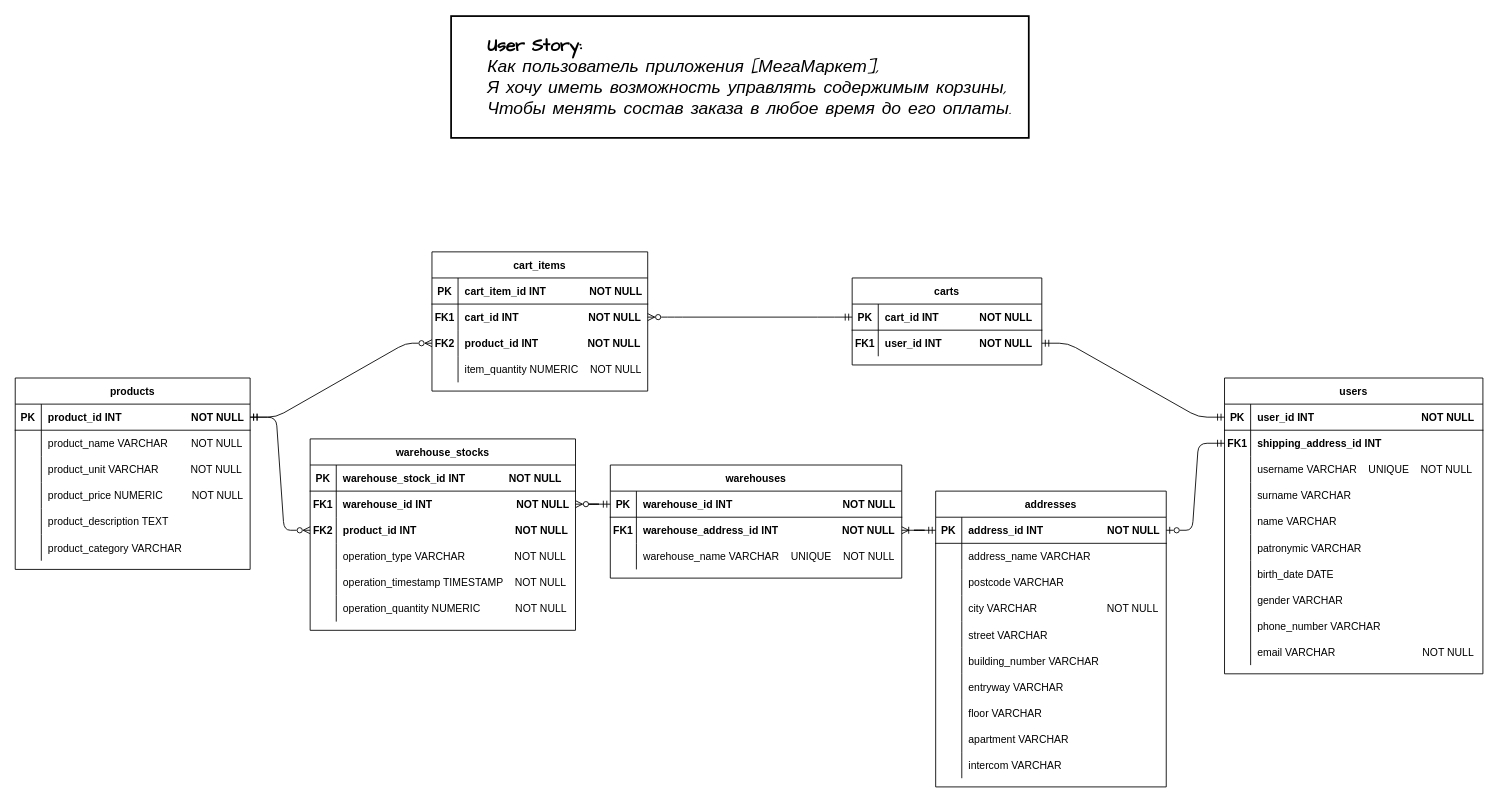
Before: Ryabtsev_Alexander/Source/T07_ERD.drawio in abdullahproff/BSA21_1, a draw.io diagram. Source tidied: cells renumbered, new cells numbered last; positions are measured from the earlier drawing's top-left corner, leaving out a move shared by most shapes. Both pictures are drawn from the tidied source at 87%, with x=0, y=0 at pixel (15, 16).
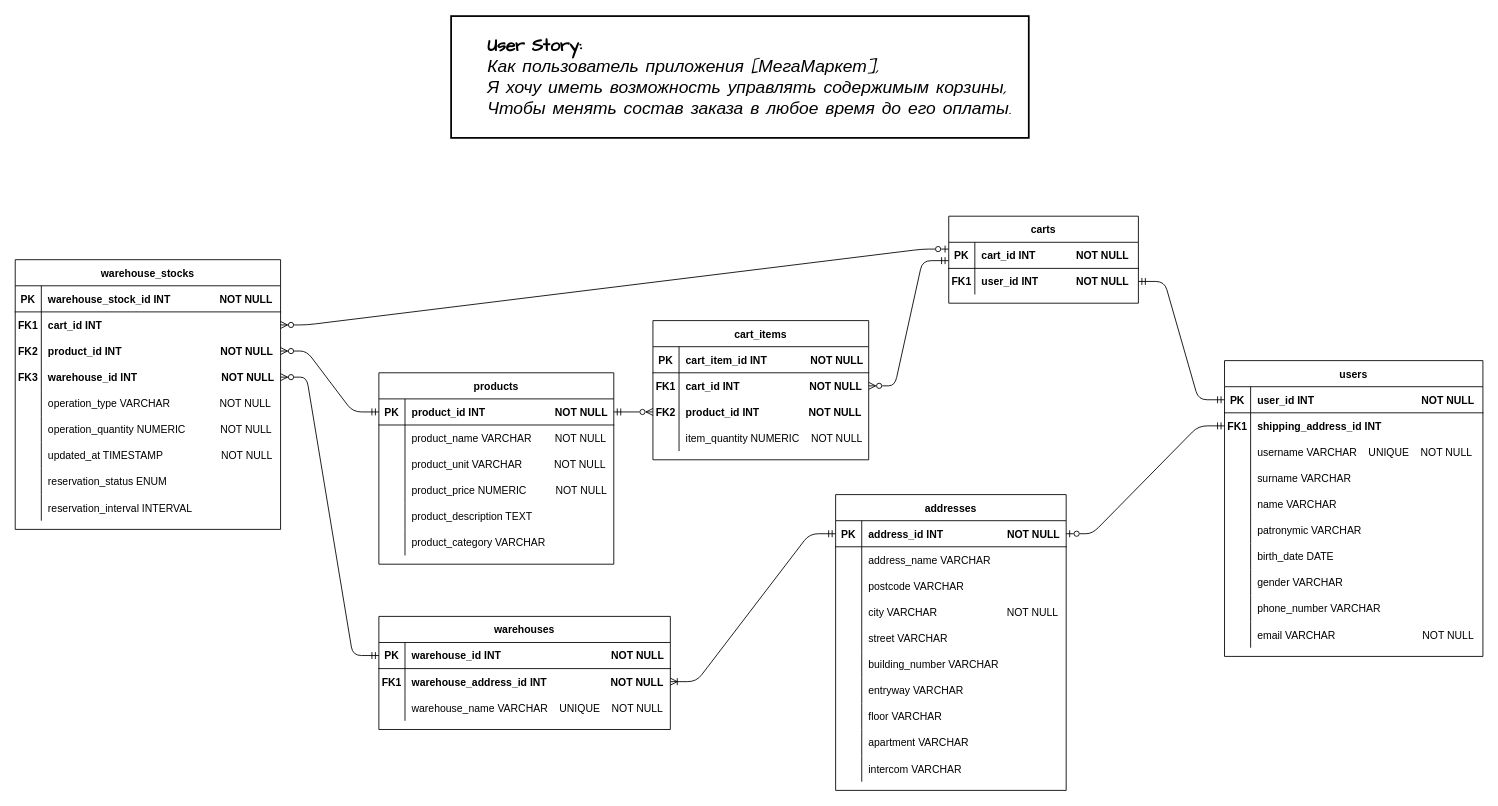
After the change.

Commit message:
This fixes relations with warehouse_stocks

The change refers to these unchanged cells:
```xml
<mxCell id="4" style="shape=partialRectangle;fillColor=none;points=[[0,0.5],[1,0.5]];portConstraint=eastwest;top=0;left=0;right=0;bottom=1;" parent="3" vertex="1">
  <mxGeometry y="30" width="270" height="30" as="geometry" />
</mxCell>
<mxCell id="91" style="shape=partialRectangle;fillColor=none;points=[[0,0.5],[1,0.5]];portConstraint=eastwest;top=0;left=0;right=0;bottom=0;" parent="87" vertex="1">
  <mxGeometry y="60" width="248" height="30" as="geometry" />
</mxCell>
<mxCell id="94" style="shape=partialRectangle;fillColor=none;points=[[0,0.5],[1,0.5]];portConstraint=eastwest;top=0;left=0;right=0;bottom=0;" parent="87" vertex="1">
  <mxGeometry y="90" width="248" height="30" as="geometry" />
</mxCell>
<mxCell id="101" style="shape=partialRectangle;fillColor=none;points=[[0,0.5],[1,0.5]];portConstraint=eastwest;top=0;left=0;right=0;bottom=1;" parent="100" vertex="1">
  <mxGeometry y="30" width="218" height="30" as="geometry" />
</mxCell>
<mxCell id="120" style="shape=partialRectangle;fillColor=none;top=0;left=0;right=0;bottom=1;" parent="119" vertex="1">
  <mxGeometry y="30" width="305" height="30" as="geometry" />
</mxCell>
```

Diff of the diagram source:
```diff
@@
     <mxCell id="3" value="products" style="shape=table;startSize=30;childLayout=tableLayout;rowLines=0;fontStyle=1;align=center;" parent="1" vertex="1">
-      <mxGeometry y="416" width="270" height="220" as="geometry" />
+      <mxGeometry x="418" y="410" width="270" height="220" as="geometry" />
     </mxCell>
@@
     <mxCell id="22" value="users" style="shape=table;startSize=30;childLayout=tableLayout;rowLines=0;fontStyle=1;align=center;" parent="1" vertex="1">
-      <mxGeometry x="1390" y="416" width="297" height="340" as="geometry" />
+      <mxGeometry x="1390" y="396" width="297" height="340" as="geometry" />
     </mxCell>
@@
     <mxCell id="53" value="addresses" style="shape=table;startSize=30;childLayout=tableLayout;rowLines=0;fontStyle=1;align=center;" parent="1" vertex="1">
-      <mxGeometry x="1058" y="546" width="265" height="340" as="geometry" />
+      <mxGeometry x="943" y="550" width="265" height="340" as="geometry" />
     </mxCell>
@@
     <mxCell id="87" value="cart_items" style="shape=table;startSize=30;childLayout=tableLayout;rowLines=0;fontStyle=1;align=center;" parent="1" vertex="1">
-      <mxGeometry x="479" y="271" width="248" height="160" as="geometry" />
+      <mxGeometry x="733" y="350" width="248" height="160" as="geometry" />
     </mxCell>
@@
-    <mxCell id="95" value="FK2" style="shape=partialRectangle;overflow=hidden;fillColor=none;top=0;left=0;bottom=0;right=0;fontStyle=1;" parent="94" vertex="1">
-      <mxGeometry width="30" height="30" as="geometry" />
-    </mxCell>
+    <mxCell id="140" value="FK2" style="shape=partialRectangle;overflow=hidden;fillColor=none;top=0;left=0;bottom=0;right=0;fontStyle=1;" parent="94" vertex="1">
+      <mxGeometry width="30" height="30" as="geometry" />
+    </mxCell>
@@
     <mxCell id="100" value="carts" style="shape=table;startSize=30;childLayout=tableLayout;rowLines=0;fontStyle=1;align=center;" parent="1" vertex="1">
-      <mxGeometry x="962" y="301" width="218" height="100" as="geometry" />
+      <mxGeometry x="1073" y="230" width="218" height="100" as="geometry" />
     </mxCell>
@@
-    <mxCell id="107" style="edgeStyle=entityRelationEdgeStyle;endArrow=ERzeroToMany;startArrow=ERmandOne;endFill=0;startFill=0;exitX=1;exitY=0.5;exitDx=0;exitDy=0;entryX=0;entryY=0.5;entryDx=0;entryDy=0;" parent="1" edge="1" source="4" target="94">
-      <mxGeometry relative="1" as="geometry" />
-    </mxCell>
-    <mxCell id="108" style="edgeStyle=entityRelationEdgeStyle;endArrow=ERzeroToMany;startArrow=ERmandOne;endFill=0;startFill=0;exitX=0;exitY=0.5;exitDx=0;exitDy=0;entryX=1;entryY=0.5;entryDx=0;entryDy=0;" parent="1" edge="1" source="101" target="91">
-      <mxGeometry relative="1" as="geometry" />
+    <mxCell id="108" style="edgeStyle=entityRelationEdgeStyle;endArrow=ERzeroToMany;startArrow=ERmandOne;endFill=0;startFill=0;exitX=-0.001;exitY=0.703;exitDx=0;exitDy=0;entryX=1;entryY=0.5;entryDx=0;entryDy=0;exitPerimeter=0;" parent="1" edge="1" source="101" target="91">
+      <mxGeometry relative="1" as="geometry">
+        <Array as="points">
+          <mxPoint x="1063" y="310" />
+        </Array>
+      </mxGeometry>
     </mxCell>
     <mxCell id="109" value="warehouses" style="shape=table;startSize=30;childLayout=tableLayout;rowLines=0;fontStyle=1;align=center;" parent="1" vertex="1">
-      <mxGeometry x="684" y="516" width="335" height="130" as="geometry" />
+      <mxGeometry x="418" y="690" width="335" height="130" as="geometry" />
     </mxCell>
@@
     <mxCell id="119" value="warehouse_stocks" style="shape=table;startSize=30;childLayout=tableLayout;rowLines=0;fontStyle=1;align=center;" parent="1" vertex="1">
-      <mxGeometry x="339" y="486" width="305" height="220" as="geometry" />
+      <mxGeometry y="280" width="305" height="310" as="geometry" />
     </mxCell>
@@
-    <mxCell id="122" value="warehouse_stock_id INT               NOT NULL " style="shape=partialRectangle;overflow=hidden;fillColor=none;top=0;left=0;bottom=0;right=0;align=left;spacingLeft=6;fontStyle=1;" parent="120" vertex="1">
+    <mxCell id="122" value="warehouse_stock_id INT                 NOT NULL " style="shape=partialRectangle;overflow=hidden;fillColor=none;top=0;left=0;bottom=0;right=0;align=left;spacingLeft=6;fontStyle=1;" parent="120" vertex="1">
       <mxGeometry x="30" width="275" height="30" as="geometry" />
     </mxCell>
+    <mxCell id="141" style="shape=partialRectangle;fillColor=none;points=[[0,0.5],[1,0.5]];portConstraint=eastwest;top=0;left=0;right=0;bottom=0;" parent="119" vertex="1">
+      <mxGeometry y="60" width="305" height="30" as="geometry" />
+    </mxCell>
+    <mxCell id="142" value="FK1" style="shape=partialRectangle;overflow=hidden;fillColor=none;top=0;left=0;bottom=0;right=0;fontStyle=1;" parent="141" vertex="1">
+      <mxGeometry width="30" height="30" as="geometry" />
+    </mxCell>
+    <mxCell id="143" value="cart_id INT" style="shape=partialRectangle;overflow=hidden;fillColor=none;top=0;left=0;bottom=0;right=0;align=left;spacingLeft=6;fontStyle=1;" parent="141" vertex="1">
+      <mxGeometry x="30" width="275" height="30" as="geometry" />
+    </mxCell>
+    <mxCell id="126" style="shape=partialRectangle;fillColor=none;points=[[0,0.5],[1,0.5]];portConstraint=eastwest;top=0;left=0;right=0;bottom=0;" parent="119" vertex="1">
+      <mxGeometry y="90" width="305" height="30" as="geometry" />
+    </mxCell>
+    <mxCell id="144" value="FK2" style="shape=partialRectangle;overflow=hidden;fillColor=none;top=0;left=0;bottom=0;right=0;fontStyle=1;" parent="126" vertex="1">
+      <mxGeometry width="30" height="30" as="geometry" />
+    </mxCell>
+    <mxCell id="128" value="product_id INT                                  NOT NULL" style="shape=partialRectangle;overflow=hidden;fillColor=none;top=0;left=0;bottom=0;right=0;align=left;spacingLeft=6;fontStyle=1;" parent="126" vertex="1">
+      <mxGeometry x="30" width="275" height="30" as="geometry" />
+    </mxCell>
     <mxCell id="123" style="shape=partialRectangle;fillColor=none;points=[[0,0.5],[1,0.5]];portConstraint=eastwest;top=0;left=0;right=0;bottom=0;" parent="119" vertex="1">
-      <mxGeometry y="60" width="305" height="30" as="geometry" />
+      <mxGeometry y="120" width="305" height="30" as="geometry" />
     </mxCell>
-    <mxCell id="124" value="FK1" style="shape=partialRectangle;overflow=hidden;fillColor=none;top=0;left=0;bottom=0;right=0;fontStyle=1;" parent="123" vertex="1">
+    <mxCell id="124" value="FK3" style="shape=partialRectangle;overflow=hidden;fillColor=none;top=0;left=0;bottom=0;right=0;fontStyle=1;" parent="123" vertex="1">
       <mxGeometry width="30" height="30" as="geometry" />
     </mxCell>
@@
-    <mxCell id="126" style="shape=partialRectangle;fillColor=none;points=[[0,0.5],[1,0.5]];portConstraint=eastwest;top=0;left=0;right=0;bottom=0;" parent="119" vertex="1">
-      <mxGeometry y="90" width="305" height="30" as="geometry" />
-    </mxCell>
-    <mxCell id="127" value="FK2" style="shape=partialRectangle;overflow=hidden;fillColor=none;top=0;left=0;bottom=0;right=0;fontStyle=1;" parent="126" vertex="1">
-      <mxGeometry width="30" height="30" as="geometry" />
-    </mxCell>
-    <mxCell id="128" value="product_id INT                                  NOT NULL" style="shape=partialRectangle;overflow=hidden;fillColor=none;top=0;left=0;bottom=0;right=0;align=left;spacingLeft=6;fontStyle=1;" parent="126" vertex="1">
-      <mxGeometry x="30" width="275" height="30" as="geometry" />
-    </mxCell>
     <mxCell id="129" style="shape=partialRectangle;fillColor=none;top=0;left=0;right=0;bottom=0;" parent="119" vertex="1">
-      <mxGeometry y="120" width="305" height="30" as="geometry" />
+      <mxGeometry y="150" width="305" height="30" as="geometry" />
     </mxCell>
@@
     <mxCell id="132" style="shape=partialRectangle;fillColor=none;top=0;left=0;right=0;bottom=0;" parent="119" vertex="1">
-      <mxGeometry y="150" width="305" height="30" as="geometry" />
+      <mxGeometry y="180" width="305" height="30" as="geometry" />
     </mxCell>
@@
-    <mxCell id="134" value="operation_timestamp TIMESTAMP    NOT NULL" style="shape=partialRectangle;overflow=hidden;fillColor=none;top=0;left=0;bottom=0;right=0;align=left;spacingLeft=6;" parent="132" vertex="1">
+    <mxCell id="134" value="operation_quantity NUMERIC            NOT NULL" style="shape=partialRectangle;overflow=hidden;fillColor=none;top=0;left=0;bottom=0;right=0;align=left;spacingLeft=6;" parent="132" vertex="1">
       <mxGeometry x="30" width="275" height="30" as="geometry" />
     </mxCell>
     <mxCell id="135" style="shape=partialRectangle;fillColor=none;top=0;left=0;right=0;bottom=0;" parent="119" vertex="1">
-      <mxGeometry y="180" width="305" height="30" as="geometry" />
+      <mxGeometry y="210" width="305" height="30" as="geometry" />
     </mxCell>
@@
-    <mxCell id="137" value="operation_quantity NUMERIC            NOT NULL" style="shape=partialRectangle;overflow=hidden;fillColor=none;top=0;left=0;bottom=0;right=0;align=left;spacingLeft=6;" parent="135" vertex="1">
+    <mxCell id="137" value="updated_at TIMESTAMP                    NOT NULL" style="shape=partialRectangle;overflow=hidden;fillColor=none;top=0;left=0;bottom=0;right=0;align=left;spacingLeft=6;" parent="135" vertex="1">
       <mxGeometry x="30" width="275" height="30" as="geometry" />
     </mxCell>
+    <mxCell id="145" style="shape=partialRectangle;fillColor=none;top=0;left=0;right=0;bottom=0;" parent="119" vertex="1">
+      <mxGeometry y="240" width="305" height="30" as="geometry" />
+    </mxCell>
+    <mxCell id="146" style="shape=partialRectangle;overflow=hidden;fillColor=none;top=0;left=0;bottom=0;right=0;" parent="145" vertex="1">
+      <mxGeometry width="30" height="30" as="geometry" />
+    </mxCell>
+    <mxCell id="147" value="reservation_status ENUM" style="shape=partialRectangle;overflow=hidden;fillColor=none;top=0;left=0;bottom=0;right=0;align=left;spacingLeft=6;" parent="145" vertex="1">
+      <mxGeometry x="30" width="275" height="30" as="geometry" />
+    </mxCell>
+    <mxCell id="148" style="shape=partialRectangle;fillColor=none;top=0;left=0;right=0;bottom=0;" parent="119" vertex="1">
+      <mxGeometry y="270" width="305" height="30" as="geometry" />
+    </mxCell>
+    <mxCell id="149" style="shape=partialRectangle;overflow=hidden;fillColor=none;top=0;left=0;bottom=0;right=0;" parent="148" vertex="1">
+      <mxGeometry width="30" height="30" as="geometry" />
+    </mxCell>
+    <mxCell id="150" value="reservation_interval INTERVAL" style="shape=partialRectangle;overflow=hidden;fillColor=none;top=0;left=0;bottom=0;right=0;align=left;spacingLeft=6;" parent="148" vertex="1">
+      <mxGeometry x="30" width="275" height="30" as="geometry" />
+    </mxCell>
-    <mxCell id="138" style="edgeStyle=entityRelationEdgeStyle;endArrow=ERzeroToMany;startArrow=ERmandOne;endFill=0;startFill=0;entryX=0;entryY=0.5;entryDx=0;entryDy=0;exitX=1;exitY=0.5;exitDx=0;exitDy=0;" parent="1" edge="1" source="4" target="126">
+    <mxCell id="138" style="edgeStyle=entityRelationEdgeStyle;endArrow=ERzeroToMany;startArrow=ERmandOne;endFill=0;startFill=0;entryX=1;entryY=0.5;entryDx=0;entryDy=0;exitX=0;exitY=0.5;exitDx=0;exitDy=0;" parent="1" edge="1" source="4" target="126">
       <mxGeometry relative="1" as="geometry" />
     </mxCell>
@@
+    <mxCell id="151" style="edgeStyle=entityRelationEdgeStyle;endArrow=ERzeroToMany;startArrow=ERzeroToOne;endFill=0;startFill=0;entryX=1;entryY=0.5;entryDx=0;entryDy=0;exitX=-0.001;exitY=0.26;exitDx=0;exitDy=0;exitPerimeter=0;" parent="1" edge="1" source="101" target="141">
+      <mxGeometry relative="1" as="geometry" />
+    </mxCell>
+    <mxCell id="107" style="edgeStyle=orthogonalEdgeStyle;rounded=0;jettySize=auto;html=1;entryX=0;entryY=0.5;entryDx=0;entryDy=0;startArrow=ERmandOne;startFill=0;endArrow=ERzeroToMany;endFill=0;" parent="1" edge="1" source="4" target="94">
+      <mxGeometry relative="1" as="geometry" />
+    </mxCell>
```
